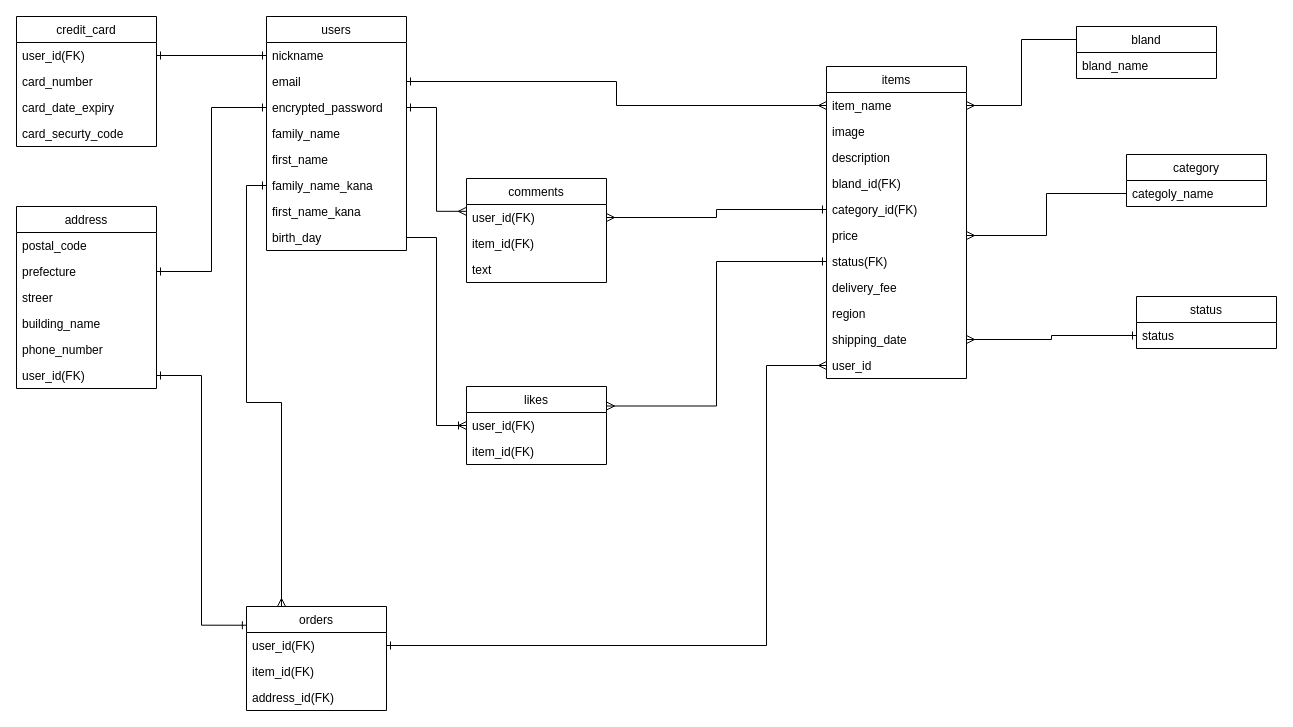
Before: furima.ER/furima.dio in hashimo1216/furima-36574, a draw.io diagram. Source tidied: cells renumbered, new cells numbered last; positions are measured from the earlier drawing's top-left corner, leaving out a move shared by most shapes. Both pictures are drawn from the tidied source at 100%, with x=0, y=0 at pixel (16, 16).
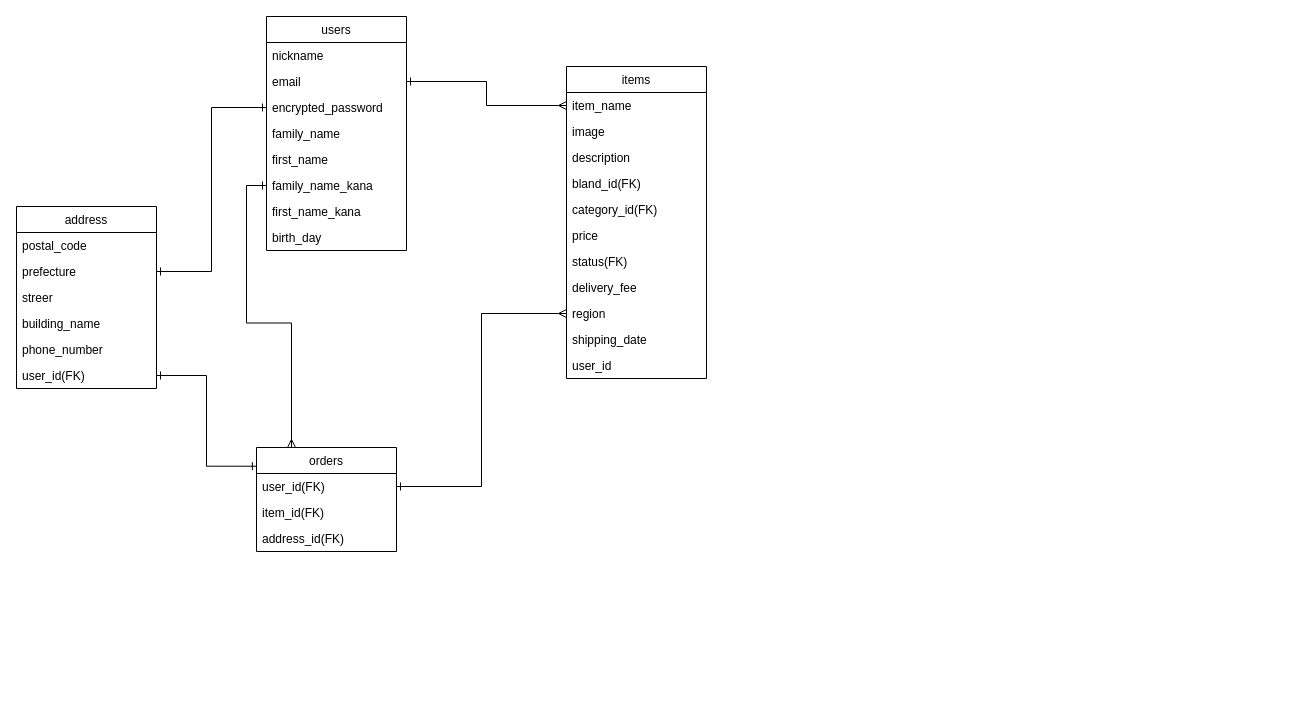
The same diagram, later.

Commit message (it also covers changes not shown here):
データベース設計修正

The change refers to these unchanged cells:
```xml
<mxCell id="3" value="nickname" style="text;strokeColor=none;fillColor=none;align=left;verticalAlign=top;spacingLeft=4;spacingRight=4;overflow=hidden;points=[[0,0.5],[1,0.5]];portConstraint=eastwest;" parent="2" vertex="1">
  <mxGeometry y="26" width="140" height="26" as="geometry" />
</mxCell>
<mxCell id="5" value="encrypted_password" style="text;strokeColor=none;fillColor=none;align=left;verticalAlign=top;spacingLeft=4;spacingRight=4;overflow=hidden;points=[[0,0.5],[1,0.5]];portConstraint=eastwest;" parent="2" vertex="1">
  <mxGeometry y="78" width="140" height="26" as="geometry" />
</mxCell>
<mxCell id="10" value="birth_day" style="text;strokeColor=none;fillColor=none;align=left;verticalAlign=top;spacingLeft=4;spacingRight=4;overflow=hidden;points=[[0,0.5],[1,0.5]];portConstraint=eastwest;" parent="2" vertex="1">
  <mxGeometry y="208" width="140" height="26" as="geometry" />
</mxCell>
<mxCell id="12" value="item_name" style="text;strokeColor=none;fillColor=none;align=left;verticalAlign=top;spacingLeft=4;spacingRight=4;overflow=hidden;points=[[0,0.5],[1,0.5]];portConstraint=eastwest;" parent="11" vertex="1">
  <mxGeometry y="26" width="140" height="26" as="geometry" />
</mxCell>
<mxCell id="16" value="category_id(FK)" style="text;strokeColor=none;fillColor=none;align=left;verticalAlign=top;spacingLeft=4;spacingRight=4;overflow=hidden;points=[[0,0.5],[1,0.5]];portConstraint=eastwest;" parent="11" vertex="1">
  <mxGeometry y="130" width="140" height="26" as="geometry" />
</mxCell>
<mxCell id="17" value="price" style="text;strokeColor=none;fillColor=none;align=left;verticalAlign=top;spacingLeft=4;spacingRight=4;overflow=hidden;points=[[0,0.5],[1,0.5]];portConstraint=eastwest;" parent="11" vertex="1">
  <mxGeometry y="156" width="140" height="26" as="geometry" />
</mxCell>
<mxCell id="18" value="status(FK)" style="text;strokeColor=none;fillColor=none;align=left;verticalAlign=top;spacingLeft=4;spacingRight=4;overflow=hidden;points=[[0,0.5],[1,0.5]];portConstraint=eastwest;" parent="11" vertex="1">
  <mxGeometry y="182" width="140" height="26" as="geometry" />
</mxCell>
<mxCell id="20" value="region" style="text;strokeColor=none;fillColor=none;align=left;verticalAlign=top;spacingLeft=4;spacingRight=4;overflow=hidden;points=[[0,0.5],[1,0.5]];portConstraint=eastwest;" parent="11" vertex="1">
  <mxGeometry y="234" width="140" height="26" as="geometry" />
</mxCell>
<mxCell id="21" value="shipping_date" style="text;strokeColor=none;fillColor=none;align=left;verticalAlign=top;spacingLeft=4;spacingRight=4;overflow=hidden;points=[[0,0.5],[1,0.5]];portConstraint=eastwest;" parent="11" vertex="1">
  <mxGeometry y="260" width="140" height="26" as="geometry" />
</mxCell>
<mxCell id="22" value="user_id" style="text;strokeColor=none;fillColor=none;align=left;verticalAlign=top;spacingLeft=4;spacingRight=4;overflow=hidden;points=[[0,0.5],[1,0.5]];portConstraint=eastwest;" parent="11" vertex="1">
  <mxGeometry y="286" width="140" height="26" as="geometry" />
</mxCell>
<mxCell id="33" value="user_id(FK)" style="text;strokeColor=none;fillColor=none;align=left;verticalAlign=top;spacingLeft=4;spacingRight=4;overflow=hidden;points=[[0,0.5],[1,0.5]];portConstraint=eastwest;" parent="32" vertex="1">
  <mxGeometry y="26" width="140" height="26" as="geometry" />
</mxCell>
```

What changed in the source:
```diff
@@
     <mxCell id="11" value="items" style="swimlane;fontStyle=0;horizontal=1;startSize=26;" parent="1" vertex="1">
-      <mxGeometry x="810" y="50" width="140" height="312" as="geometry" />
+      <mxGeometry x="550" y="50" width="140" height="312" as="geometry" />
     </mxCell>
@@
-    <mxCell id="23" value="comments" style="swimlane;fontStyle=0;horizontal=1;startSize=26;" parent="1" vertex="1">
-      <mxGeometry x="450" y="162" width="140" height="104" as="geometry" />
-    </mxCell>
-    <mxCell id="24" value="user_id(FK)" style="text;strokeColor=none;fillColor=none;align=left;verticalAlign=top;spacingLeft=4;spacingRight=4;overflow=hidden;points=[[0,0.5],[1,0.5]];portConstraint=eastwest;" parent="23" vertex="1">
-      <mxGeometry y="26" width="140" height="26" as="geometry" />
-    </mxCell>
-    <mxCell id="25" value="item_id(FK)" style="text;strokeColor=none;fillColor=none;align=left;verticalAlign=top;spacingLeft=4;spacingRight=4;overflow=hidden;" parent="23" vertex="1">
-      <mxGeometry y="52" width="140" height="26" as="geometry" />
-    </mxCell>
-    <mxCell id="26" value="text" style="text;strokeColor=none;fillColor=none;align=left;verticalAlign=top;spacingLeft=4;spacingRight=4;overflow=hidden;" parent="23" vertex="1">
-      <mxGeometry y="78" width="140" height="26" as="geometry" />
-    </mxCell>
-    <mxCell id="27" style="edgeStyle=orthogonalEdgeStyle;rounded=0;jettySize=auto;html=1;exitX=0;exitY=0.25;exitDx=0;exitDy=0;entryX=1;entryY=0.5;entryDx=0;entryDy=0;endArrow=ERmany;endFill=0;strokeWidth=1;" parent="1" edge="1" source="28" target="12">
-      <mxGeometry relative="1" as="geometry" />
-    </mxCell>
-    <mxCell id="28" value="bland" style="swimlane;fontStyle=0;horizontal=1;startSize=26;" parent="1" vertex="1">
-      <mxGeometry x="1060" y="10" width="140" height="52" as="geometry" />
-    </mxCell>
-    <mxCell id="29" value="bland_name" style="text;strokeColor=none;fillColor=none;align=left;verticalAlign=top;spacingLeft=4;spacingRight=4;overflow=hidden;" parent="28" vertex="1">
-      <mxGeometry y="26" width="140" height="26" as="geometry" />
-    </mxCell>
-    <mxCell id="30" value="category" style="swimlane;fontStyle=0;horizontal=1;startSize=26;" parent="1" vertex="1">
-      <mxGeometry x="1110" y="138" width="140" height="52" as="geometry" />
-    </mxCell>
-    <mxCell id="31" value="categoly_name" style="text;strokeColor=none;fillColor=none;align=left;verticalAlign=top;spacingLeft=4;spacingRight=4;overflow=hidden;points=[[0,0.5],[1,0.5]];portConstraint=eastwest;" parent="30" vertex="1">
-      <mxGeometry y="26" width="140" height="26" as="geometry" />
-    </mxCell>
     <mxCell id="32" value="orders" style="swimlane;fontStyle=0;horizontal=1;startSize=26;" parent="1" vertex="1">
-      <mxGeometry x="230" y="590" width="140" height="104" as="geometry" />
+      <mxGeometry x="240" y="431" width="140" height="104" as="geometry" />
     </mxCell>
@@
-    <mxCell id="38" style="edgeStyle=orthogonalEdgeStyle;rounded=0;jettySize=auto;html=1;exitX=0;exitY=0.5;exitDx=0;exitDy=0;endArrow=ERmany;endFill=0;strokeWidth=1;entryX=1;entryY=0.5;entryDx=0;entryDy=0;" parent="1" edge="1" source="31" target="17">
-      <mxGeometry relative="1" as="geometry" />
-    </mxCell>
-    <mxCell id="39" value="likes" style="swimlane;fontStyle=0;horizontal=1;startSize=26;" parent="1" vertex="1">
-      <mxGeometry x="450" y="370" width="140" height="78" as="geometry" />
-    </mxCell>
-    <mxCell id="40" value="user_id(FK)" style="text;strokeColor=none;fillColor=none;align=left;verticalAlign=top;spacingLeft=4;spacingRight=4;overflow=hidden;points=[[0,0.5],[1,0.5]];portConstraint=eastwest;" parent="39" vertex="1">
-      <mxGeometry y="26" width="140" height="26" as="geometry" />
-    </mxCell>
-    <mxCell id="41" value="item_id(FK)" style="text;strokeColor=none;fillColor=none;align=left;verticalAlign=top;spacingLeft=4;spacingRight=4;overflow=hidden;" parent="39" vertex="1">
-      <mxGeometry y="52" width="140" height="26" as="geometry" />
-    </mxCell>
-    <mxCell id="42" style="edgeStyle=orthogonalEdgeStyle;rounded=0;jettySize=auto;html=1;exitX=1;exitY=0.5;exitDx=0;exitDy=0;entryX=-0.001;entryY=0.263;entryDx=0;entryDy=0;entryPerimeter=0;endArrow=ERmany;endFill=0;strokeWidth=1;startArrow=ERone;startFill=0;" parent="1" edge="1" source="5" target="24">
-      <mxGeometry relative="1" as="geometry" />
-    </mxCell>
-    <mxCell id="43" style="edgeStyle=orthogonalEdgeStyle;rounded=0;jettySize=auto;html=1;exitX=0;exitY=0.5;exitDx=0;exitDy=0;endArrow=ERmany;endFill=0;strokeWidth=1;entryX=1;entryY=0.5;entryDx=0;entryDy=0;startArrow=ERone;startFill=0;" parent="1" edge="1" source="16" target="24">
-      <mxGeometry relative="1" as="geometry" />
-    </mxCell>
-    <mxCell id="44" style="edgeStyle=orthogonalEdgeStyle;rounded=0;jettySize=auto;html=1;exitX=1;exitY=0.5;exitDx=0;exitDy=0;endArrow=ERoneToMany;endFill=0;strokeWidth=1;" parent="1" edge="1" source="10" target="40">
-      <mxGeometry relative="1" as="geometry" />
-    </mxCell>
-    <mxCell id="45" value="credit_card" style="swimlane;fontStyle=0;horizontal=1;startSize=26;" parent="1" vertex="1">
-      <mxGeometry width="140" height="130" as="geometry" />
-    </mxCell>
-    <mxCell id="46" value="user_id(FK)" style="text;strokeColor=none;fillColor=none;align=left;verticalAlign=top;spacingLeft=4;spacingRight=4;overflow=hidden;points=[[0,0.5],[1,0.5]];portConstraint=eastwest;" parent="45" vertex="1">
-      <mxGeometry y="26" width="140" height="26" as="geometry" />
-    </mxCell>
-    <mxCell id="47" value="card_number" style="text;strokeColor=none;fillColor=none;align=left;verticalAlign=top;spacingLeft=4;spacingRight=4;overflow=hidden;" parent="45" vertex="1">
-      <mxGeometry y="52" width="140" height="26" as="geometry" />
-    </mxCell>
-    <mxCell id="48" value="card_date_expiry" style="text;strokeColor=none;fillColor=none;align=left;verticalAlign=top;spacingLeft=4;spacingRight=4;overflow=hidden;" parent="45" vertex="1">
-      <mxGeometry y="78" width="140" height="26" as="geometry" />
-    </mxCell>
-    <mxCell id="49" value="card_securty_code" style="text;strokeColor=none;fillColor=none;align=left;verticalAlign=top;spacingLeft=4;spacingRight=4;overflow=hidden;" parent="45" vertex="1">
-      <mxGeometry y="104" width="140" height="26" as="geometry" />
-    </mxCell>
-    <mxCell id="50" style="edgeStyle=orthogonalEdgeStyle;rounded=0;jettySize=auto;html=1;exitX=1;exitY=0.5;exitDx=0;exitDy=0;entryX=0;entryY=0.5;entryDx=0;entryDy=0;endArrow=ERone;endFill=0;strokeWidth=1;startArrow=ERone;startFill=0;" parent="1" edge="1" source="46" target="3">
-      <mxGeometry relative="1" as="geometry" />
-    </mxCell>
@@
-    <mxCell id="60" style="edgeStyle=orthogonalEdgeStyle;rounded=0;jettySize=auto;html=1;exitX=0;exitY=0.5;exitDx=0;exitDy=0;entryX=1;entryY=0.25;entryDx=0;entryDy=0;startArrow=ERone;startFill=0;endArrow=ERmany;endFill=0;strokeWidth=1;" parent="1" edge="1" source="18" target="39">
-      <mxGeometry relative="1" as="geometry" />
-    </mxCell>
-    <mxCell id="61" value="status" style="swimlane;fontStyle=0;horizontal=1;startSize=26;" parent="1" vertex="1">
-      <mxGeometry x="1120" y="280" width="140" height="52" as="geometry" />
-    </mxCell>
-    <mxCell id="62" value="status" style="text;strokeColor=none;fillColor=none;align=left;verticalAlign=top;spacingLeft=4;spacingRight=4;overflow=hidden;points=[[0,0.5],[1,0.5]];portConstraint=eastwest;" parent="61" vertex="1">
-      <mxGeometry y="26" width="140" height="26" as="geometry" />
-    </mxCell>
-    <mxCell id="63" style="edgeStyle=orthogonalEdgeStyle;rounded=0;jettySize=auto;html=1;exitX=0;exitY=0.5;exitDx=0;exitDy=0;entryX=1;entryY=0.5;entryDx=0;entryDy=0;startArrow=ERone;startFill=0;endArrow=ERmany;endFill=0;" parent="1" edge="1" source="62" target="21">
-      <mxGeometry relative="1" as="geometry" />
-    </mxCell>
-    <mxCell id="64" style="edgeStyle=orthogonalEdgeStyle;rounded=0;jettySize=auto;html=1;exitX=1;exitY=0.5;exitDx=0;exitDy=0;entryX=0;entryY=0.5;entryDx=0;entryDy=0;startArrow=ERone;startFill=0;endArrow=ERmany;endFill=0;" parent="1" edge="1" source="33" target="22">
-      <mxGeometry relative="1" as="geometry">
-        <Array as="points">
-          <mxPoint x="750" y="629" />
-          <mxPoint x="750" y="349" />
-        </Array>
-      </mxGeometry>
+    <mxCell id="64" style="edgeStyle=orthogonalEdgeStyle;rounded=0;jettySize=auto;html=1;exitX=1;exitY=0.5;exitDx=0;exitDy=0;entryX=0;entryY=0.5;entryDx=0;entryDy=0;endArrow=ERmany;endFill=0;startArrow=ERone;startFill=0;" parent="1" edge="1" source="33" target="20">
+      <mxGeometry relative="1" as="geometry" />
     </mxCell>
```
